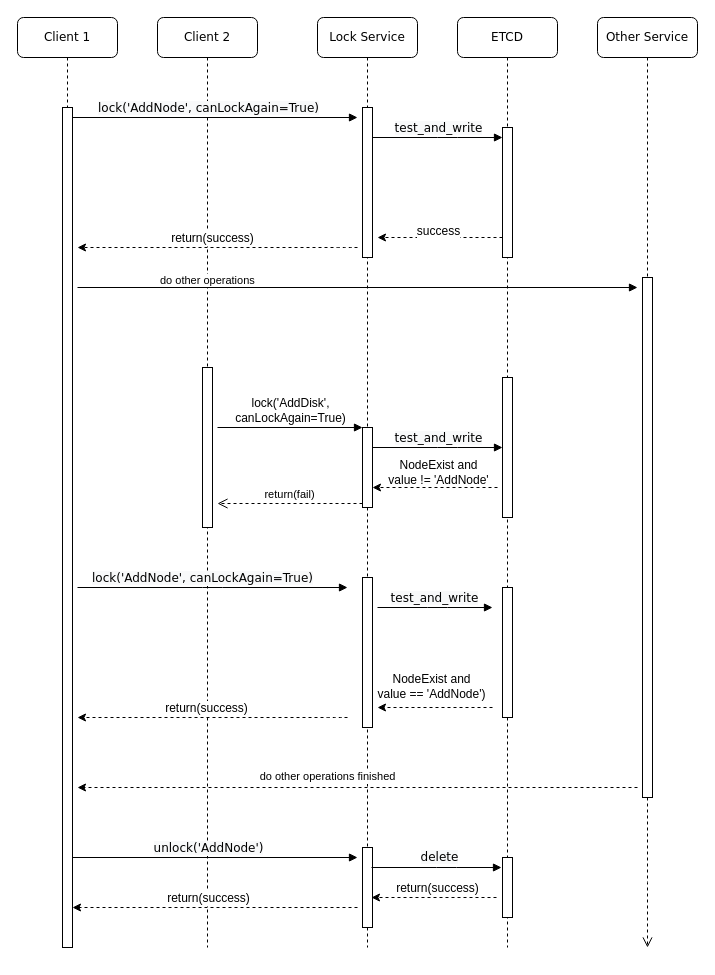
terryzhu/playground keeps this draw.io diagram as lockservice-func-spec.drawio. Above is the earlier version. Source tidied: cells renumbered, new cells numbered last; positions are measured from the earlier drawing's top-left corner, leaving out a move shared by most shapes. Both pictures are drawn from the tidied source at 100%, with x=0, y=0 at pixel (17, 17).
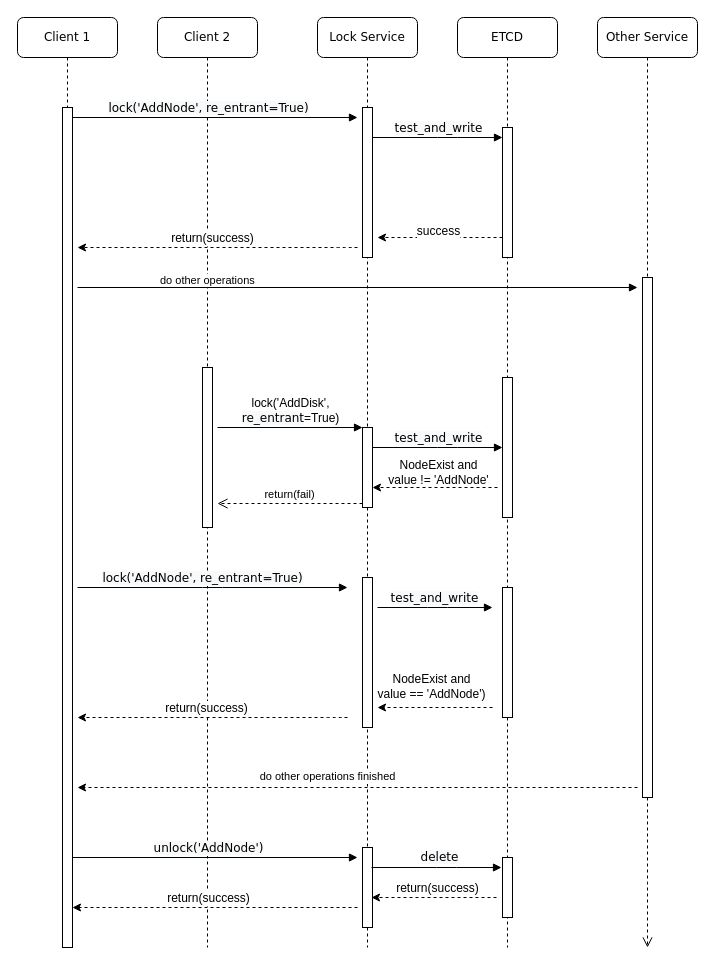
The same diagram, later.

The change refers to these unchanged cells:
```xml
<mxCell id="6" style="html=1;points=[];perimeter=orthogonalPerimeter;" parent="4" vertex="1">
  <mxGeometry x="45" y="410" width="10" height="80" as="geometry" />
</mxCell>
<mxCell id="21" style="html=1;verticalAlign=bottom;endArrow=block;labelBackgroundColor=none;fontFamily=Verdana;fontSize=12;edgeStyle=elbowEdgeStyle;elbow=vertical;" parent="1" edge="1" source="16">
  <mxGeometry relative="1" as="geometry">
    <mxPoint x="340" y="100" as="targetPoint" />
  </mxGeometry>
</mxCell>
<mxCell id="44" style="html=1;verticalAlign=bottom;endArrow=block;labelBackgroundColor=none;fontFamily=Verdana;fontSize=12;edgeStyle=elbowEdgeStyle;elbow=vertical;" parent="1" edge="1">
  <mxGeometry relative="1" as="geometry">
    <mxPoint x="60" y="570" as="sourcePoint" />
    <mxPoint x="330" y="570" as="targetPoint" />
  </mxGeometry>
</mxCell>
```

Diff of the diagram source:
```diff
@@
-    <mxCell id="22" value="&lt;span style=&quot;font-family: &amp;#34;verdana&amp;#34; ; background-color: rgb(248 , 249 , 250)&quot;&gt;lock('AddNode', canLockAgain=True)&lt;/span&gt;" style="text;html=1;align=center;verticalAlign=middle;labelBackgroundColor=#ffffff;" parent="21" vertex="1">
+    <mxCell id="22" value="&lt;span style=&quot;font-family: &amp;#34;verdana&amp;#34; ; background-color: rgb(248 , 249 , 250)&quot;&gt;lock('AddNode', re_entrant=True)&lt;/span&gt;" style="text;html=1;align=center;verticalAlign=middle;labelBackgroundColor=#ffffff;" parent="21" vertex="1">
       <mxGeometry x="0.44" y="-1" relative="1" as="geometry">
         <mxPoint x="-70" y="-11" as="offset" />
       </mxGeometry>
     </mxCell>
@@
-    <mxCell id="27" value="&lt;font style=&quot;font-size: 12px&quot;&gt;lock('AddDisk', &lt;br&gt;canLockAgain=True)&lt;/font&gt;" style="html=1;verticalAlign=bottom;endArrow=block;entryX=0;entryY=0;fontSize=12;" parent="1" edge="1" target="6">
+    <mxCell id="27" value="&lt;font style=&quot;font-size: 12px&quot;&gt;lock('AddDisk', &lt;br&gt;&lt;span style=&quot;font-family: &amp;#34;verdana&amp;#34; ; background-color: rgb(248 , 249 , 250)&quot;&gt;re_entrant&lt;/span&gt;=True)&lt;/font&gt;" style="html=1;verticalAlign=bottom;endArrow=block;entryX=0;entryY=0;fontSize=12;" parent="1" edge="1" target="6">
       <mxGeometry relative="1" as="geometry">
         <mxPoint x="200" y="410" as="sourcePoint" />
       </mxGeometry>
     </mxCell>
@@
-    <mxCell id="45" value="&lt;span style=&quot;font-family: &amp;#34;verdana&amp;#34; ; background-color: rgb(248 , 249 , 250)&quot;&gt;lock('AddNode', canLockAgain=True)&lt;/span&gt;" style="text;html=1;align=center;verticalAlign=middle;labelBackgroundColor=#ffffff;" parent="44" vertex="1">
+    <mxCell id="45" value="&lt;span style=&quot;font-family: &amp;#34;verdana&amp;#34; ; background-color: rgb(248 , 249 , 250)&quot;&gt;lock('AddNode',&amp;nbsp;&lt;/span&gt;&lt;span style=&quot;font-family: &amp;#34;verdana&amp;#34; ; background-color: rgb(248 , 249 , 250)&quot;&gt;re_entrant&lt;/span&gt;&lt;span style=&quot;font-family: &amp;#34;verdana&amp;#34; ; background-color: rgb(248 , 249 , 250)&quot;&gt;=True)&lt;/span&gt;" style="text;html=1;align=center;verticalAlign=middle;labelBackgroundColor=#ffffff;" parent="44" vertex="1">
       <mxGeometry x="0.44" y="-1" relative="1" as="geometry">
         <mxPoint x="-70" y="-11" as="offset" />
       </mxGeometry>
     </mxCell>
```
